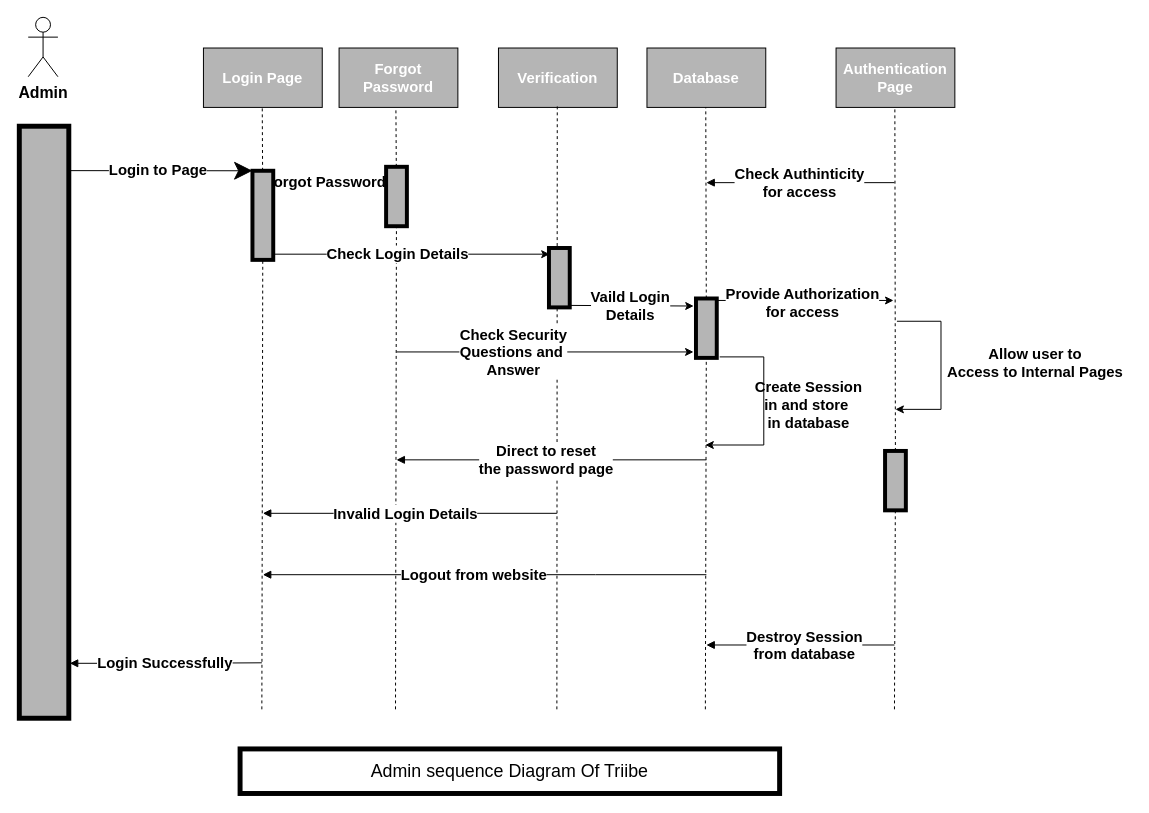
Above: Doc/Draw.io/Sequence Diagram - Copy.drawio in RadwanSusan/Triibe (draw.io), before the change. Source tidied: cells renumbered, new cells numbered last; positions are measured from the earlier drawing's top-left corner, leaving out a move shared by most shapes. Both pictures are drawn from the tidied source at 99%, with x=0, y=0 at pixel (19, 17).
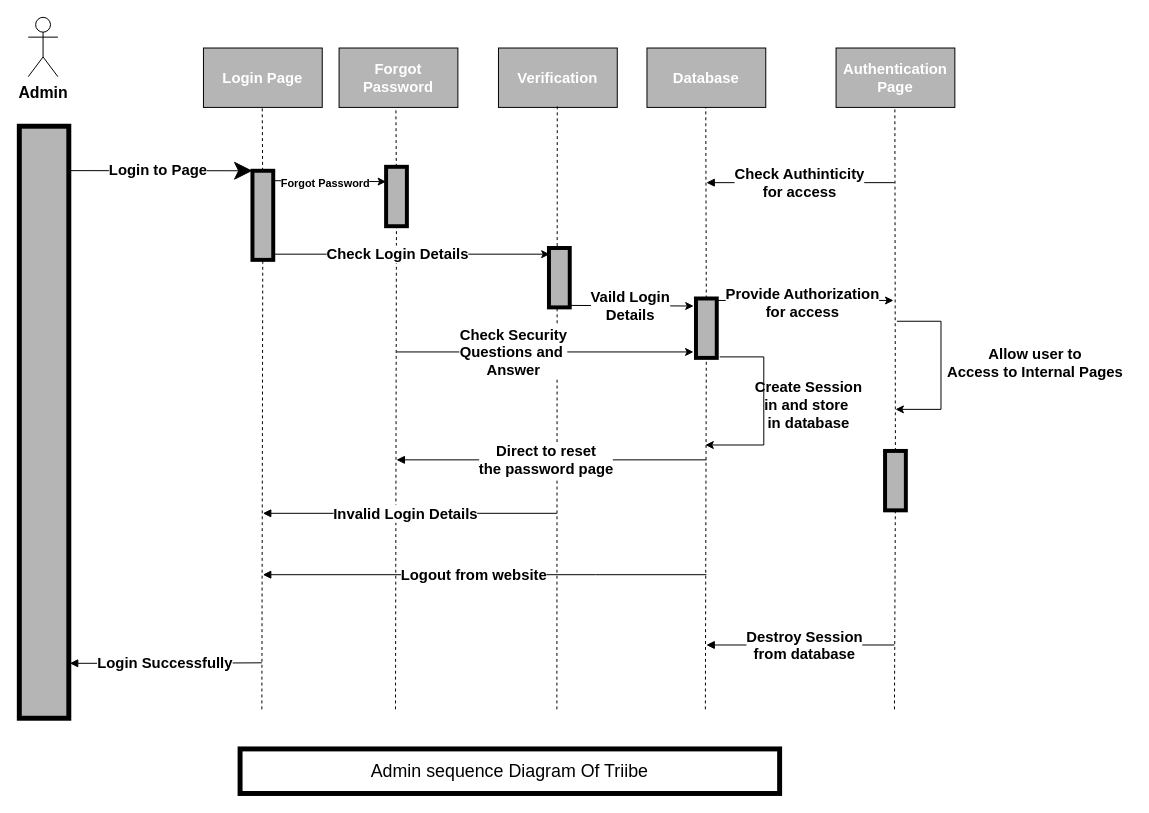
The same diagram, later.

The change refers to these unchanged cells:
```xml
<mxCell id="15" style="edgeStyle=orthogonalEdgeStyle;rounded=0;jettySize=auto;html=1;entryX=0;entryY=0.25;entryDx=0;entryDy=0;fontSize=15;fontStyle=1;" parent="1" edge="1" target="23">
  <mxGeometry relative="1" as="geometry">
    <mxPoint x="256.5" y="165" as="sourcePoint" />
  </mxGeometry>
</mxCell>
```

Diff of the diagram source:
```diff
@@
-    <mxCell id="16" value="Forgot Password" style="edgeLabel;html=1;align=center;verticalAlign=middle;fontSize=15;fontStyle=1;" parent="15" vertex="1">
+    <mxCell id="16" value="&lt;font style=&quot;font-size: 11px;&quot;&gt;Forgot Password&lt;/font&gt;" style="edgeLabel;html=1;align=center;verticalAlign=middle;fontSize=15;fontStyle=1;" parent="15" vertex="1">
       <mxGeometry x="-0.3" relative="1" as="geometry">
         <mxPoint x="12" as="offset" />
       </mxGeometry>
     </mxCell>
```
